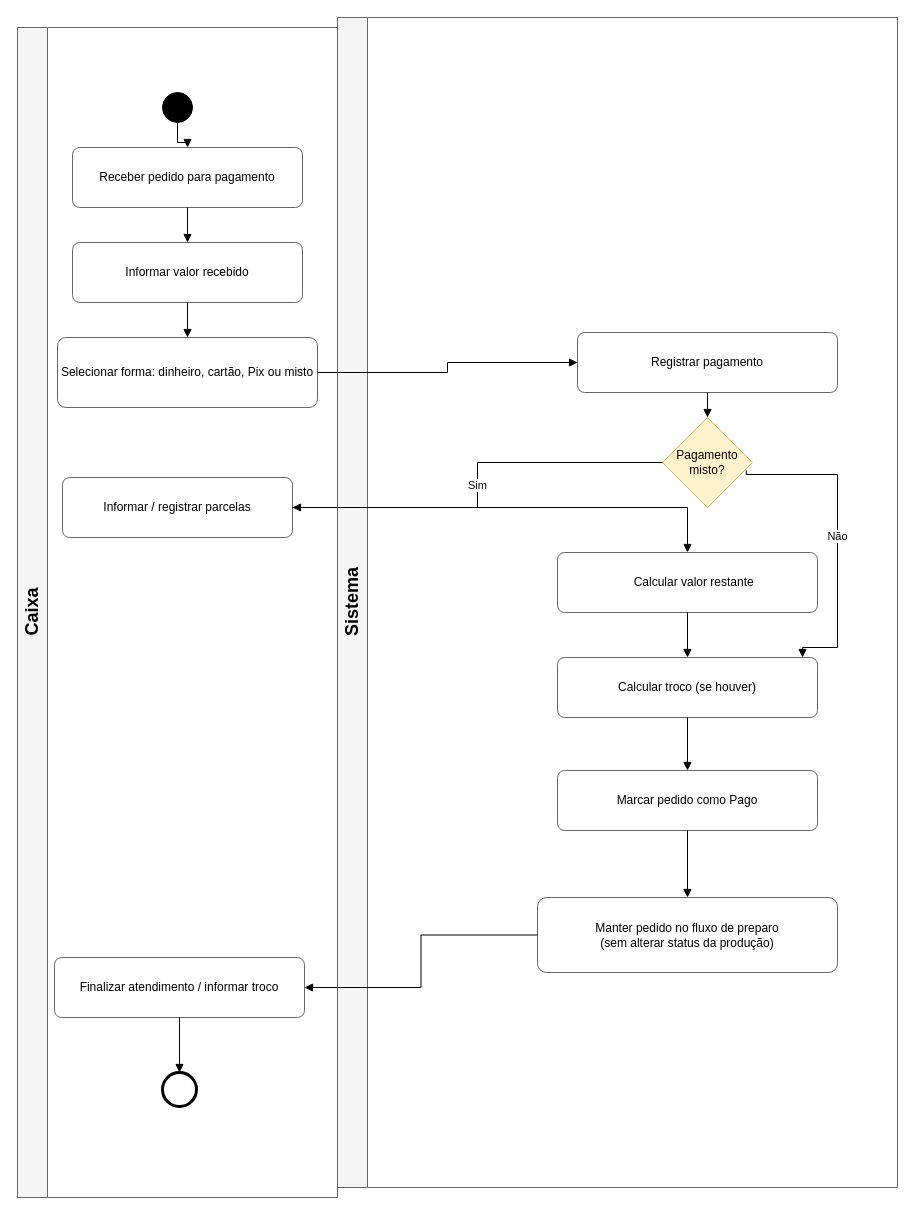
Earlier version of the draw.io diagram diagramas/diagramas_atividades_03.drawio (esdras-kyo/pit-dogs). Source tidied: cells renumbered, new cells numbered last; positions are measured from the earlier drawing's top-left corner, leaving out a move shared by most shapes. Both pictures are drawn from the tidied source at 100%, with x=0, y=0 at pixel (17, 17).
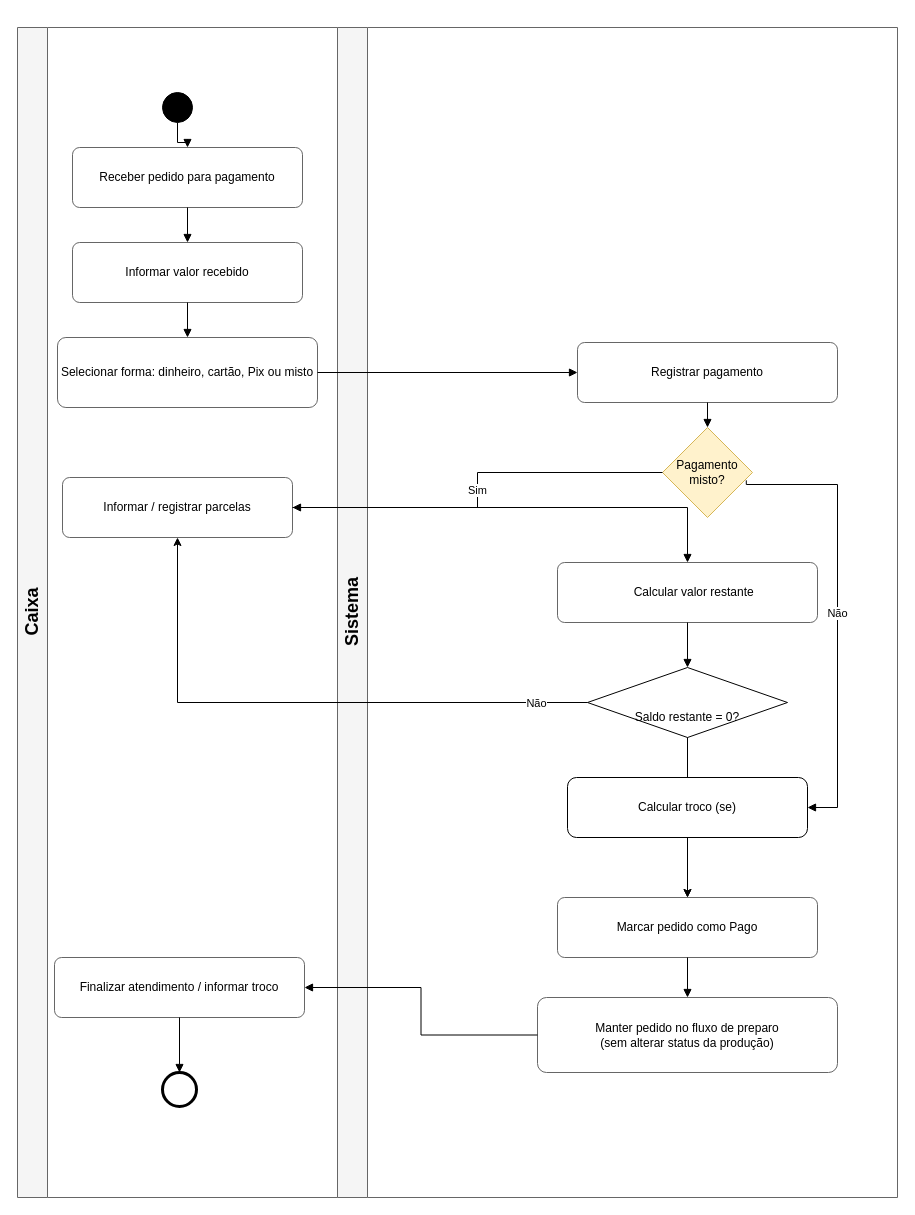
After the change.

Commit message (it also covers changes not shown here):
correçao de paginas e duplicacoes em diagramas

Unchanged cells that the change refers to:
```xml
<mxCell id="7" value="Informar / registrar parcelas" style="rounded=1;whiteSpace=wrap;html=1;arcSize=12;fillColor=#ffffff;strokeColor=#666666;" parent="2" vertex="1">
  <mxGeometry x="45" y="450" width="230" height="60" as="geometry" />
</mxCell>
<mxCell id="12" value="Pagamento misto?" style="rhombus;whiteSpace=wrap;html=1;fillColor=#fff2cc;strokeColor=#d6b656;" parent="10" vertex="1">
  <mxGeometry x="325" y="400" width="90" height="90" as="geometry" />
</mxCell>
<mxCell id="13" value="&amp;nbsp; &amp;nbsp; Calcular valor restante" style="rounded=1;whiteSpace=wrap;html=1;arcSize=12;fillColor=#ffffff;strokeColor=#666666;" parent="10" vertex="1">
  <mxGeometry x="220" y="535" width="260" height="60" as="geometry" />
</mxCell>
```

Change to the diagram source:
```diff
@@
     <mxCell id="10" value="&lt;font style=&quot;font-size: 18px;&quot;&gt;Sistema&lt;/font&gt;" style="swimlane;horizontal=0;startSize=30;fillColor=#f5f5f5;strokeColor=#666666;fontStyle=1;html=1;" parent="1" vertex="1">
-      <mxGeometry x="320" width="560" height="1170" as="geometry" />
+      <mxGeometry x="320" y="10" width="560" height="1170" as="geometry" />
     </mxCell>
@@
-    <mxCell id="14" value="Calcular troco (se houver)" style="rounded=1;whiteSpace=wrap;html=1;arcSize=12;fillColor=#ffffff;strokeColor=#666666;" parent="10" vertex="1">
-      <mxGeometry x="220" y="640" width="260" height="60" as="geometry" />
-    </mxCell>
     <mxCell id="15" value="Marcar pedido como Pago" style="rounded=1;whiteSpace=wrap;html=1;arcSize=12;fillColor=#ffffff;strokeColor=#666666;" parent="10" vertex="1">
-      <mxGeometry x="220" y="753" width="260" height="60" as="geometry" />
+      <mxGeometry x="220" y="870" width="260" height="60" as="geometry" />
     </mxCell>
     <mxCell id="16" value="Manter pedido no fluxo de preparo&lt;br&gt;(sem alterar status da produção)" style="rounded=1;whiteSpace=wrap;html=1;arcSize=12;fillColor=#ffffff;strokeColor=#666666;" parent="10" vertex="1">
-      <mxGeometry x="200" y="880" width="300" height="75" as="geometry" />
+      <mxGeometry x="200" y="970" width="300" height="75" as="geometry" />
     </mxCell>
-    <mxCell id="17" value="Não" style="edgeStyle=orthogonalEdgeStyle;rounded=0;jettySize=auto;html=1;endArrow=block;endFill=1;exitX=0.931;exitY=0.587;exitDx=0;exitDy=0;exitPerimeter=0;" parent="10" edge="1" source="12">
+    <mxCell id="17" value="Não" style="edgeStyle=orthogonalEdgeStyle;rounded=0;jettySize=auto;html=1;endArrow=block;endFill=1;exitX=0.931;exitY=0.587;exitDx=0;exitDy=0;exitPerimeter=0;entryX=1;entryY=0.5;entryDx=0;entryDy=0;" parent="10" edge="1" source="12" target="34">
       <mxGeometry relative="1" as="geometry">
-        <mxPoint x="465" y="640" as="targetPoint" />
         <Array as="points">
           <mxPoint x="408.8" y="457" />
           <mxPoint x="500" y="457" />
-          <mxPoint x="500" y="630" />
-          <mxPoint x="465" y="630" />
+          <mxPoint x="500" y="780" />
         </Array>
       </mxGeometry>
     </mxCell>
+    <mxCell id="30" style="edgeStyle=none;rounded=0;jettySize=auto;html=1;" parent="10" edge="1" target="15">
+      <mxGeometry relative="1" as="geometry">
+        <mxPoint x="350" y="700" as="sourcePoint" />
+      </mxGeometry>
+    </mxCell>
+    <mxCell id="31" style="edgeStyle=none;rounded=0;jettySize=auto;html=1;" parent="10" edge="1" source="32" target="15">
+      <mxGeometry relative="1" as="geometry" />
+    </mxCell>
+    <mxCell id="32" value="&lt;div&gt;&lt;br&gt;&lt;/div&gt;&lt;div&gt;&lt;br&gt;&lt;/div&gt;&lt;div&gt;Saldo restante = 0?&lt;/div&gt;" style="rhombus;whiteSpace=wrap;html=1;shapeInside=1;strokeColor=light-dark(#000000,#6D5100);" parent="10" vertex="1">
+      <mxGeometry x="250" y="640" width="200" height="70" as="geometry" />
+    </mxCell>
+    <mxCell id="33" style="edgeStyle=none;rounded=0;orthogonalLoop=1;jettySize=auto;html=1;exitX=0;exitY=0.5;exitDx=0;exitDy=0;" parent="10" edge="1">
+      <mxGeometry relative="1" as="geometry">
+        <mxPoint x="230" y="674" as="sourcePoint" />
+        <mxPoint x="230" y="674" as="targetPoint" />
+      </mxGeometry>
+    </mxCell>
+    <mxCell id="34" value="Calcular troco (se)" style="rounded=1;whiteSpace=wrap;html=1;" parent="10" vertex="1">
+      <mxGeometry x="230" y="750" width="240" height="60" as="geometry" />
+    </mxCell>
@@
-    <mxCell id="25" style="edgeStyle=orthogonalEdgeStyle;rounded=0;jettySize=auto;html=1;endArrow=block;endFill=1;" parent="1" edge="1" source="13" target="14">
-      <mxGeometry relative="1" as="geometry" />
+    <mxCell id="25" style="edgeStyle=orthogonalEdgeStyle;rounded=0;jettySize=auto;html=1;endArrow=block;endFill=1;" parent="1" edge="1" source="13">
+      <mxGeometry relative="1" as="geometry">
+        <mxPoint x="670" y="650" as="targetPoint" />
+      </mxGeometry>
     </mxCell>
-    <mxCell id="26" style="edgeStyle=orthogonalEdgeStyle;rounded=0;jettySize=auto;html=1;endArrow=block;endFill=1;" parent="1" edge="1" source="14" target="15">
-      <mxGeometry relative="1" as="geometry" />
-    </mxCell>
@@
+    <mxCell id="35" style="edgeStyle=none;rounded=0;jettySize=auto;html=1;exitX=0;exitY=0.5;exitDx=0;exitDy=0;entryX=0.5;entryY=1;entryDx=0;entryDy=0;" parent="1" edge="1" source="32" target="7">
+      <mxGeometry relative="1" as="geometry">
+        <Array as="points">
+          <mxPoint x="160" y="685" />
+        </Array>
+      </mxGeometry>
+    </mxCell>
+    <mxCell id="36" value="Não" style="edgeLabel;html=1;align=center;verticalAlign=middle;strokeColor=light-dark(transparent,#FFFFFF);" parent="35" vertex="1">
+      <mxGeometry x="-0.42" y="-2" relative="1" as="geometry">
+        <mxPoint x="115" y="2" as="offset" />
+      </mxGeometry>
+    </mxCell>
```
